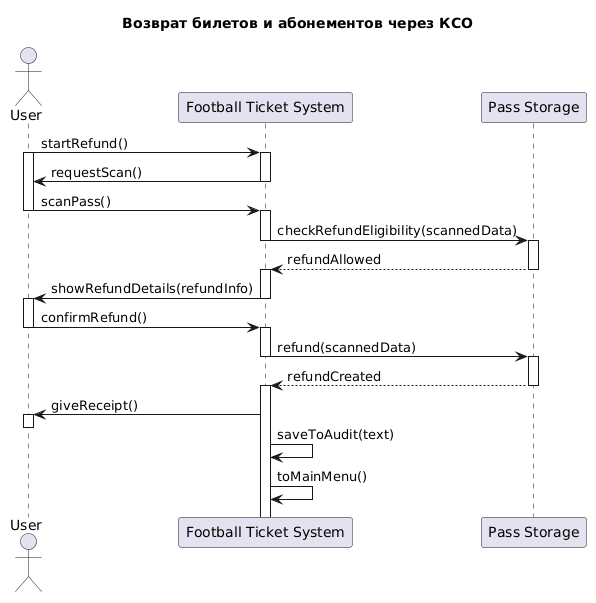
Above: source/Диаграмма последовательности - Возврат покупок и абонементов.png in penamarth/bsbo-11-24_team5_var10_football (PlantUML), before the change. Source of this version:
```plantuml
@startuml
title Возврат билетов и абонементов через КСО

actor "User" as User
participant "Football Ticket System" as FTS
participant "Pass Storage" as PassStorage

User -> FTS : startRefund()
activate User
activate FTS

FTS -> User : requestScan()
deactivate FTS

User -> FTS : scanPass()
activate FTS
deactivate User

FTS -> PassStorage : checkRefundEligibility(scannedData)
activate PassStorage
deactivate FTS
PassStorage --> FTS : refundAllowed
deactivate PassStorage
activate FTS

FTS -> User : showRefundDetails(refundInfo)
deactivate FTS
activate User

User -> FTS : confirmRefund()
activate FTS
deactivate User

FTS -> PassStorage : refund(scannedData)
activate PassStorage
deactivate FTS

PassStorage --> FTS : refundCreated
deactivate PassStorage
activate FTS

FTS -> User : giveReceipt()
activate User
deactivate User

FTS -> FTS : saveToAudit(text)

FTS -> FTS : toMainMenu()
@enduml
```
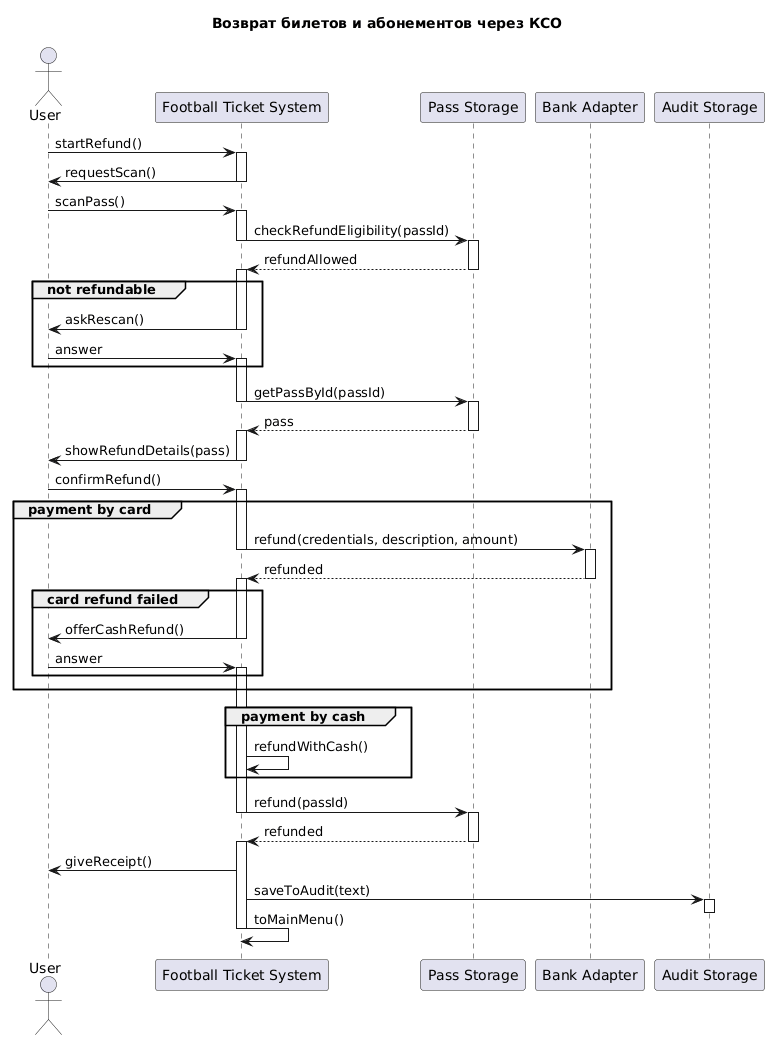
After the change.

Change to the diagram source:
```diff
@@ -4,9 +4,10 @@
 actor "User" as User
 participant "Football Ticket System" as FTS
 participant "Pass Storage" as PassStorage
+participant "Bank Adapter" as Bank
+participant "Audit Storage" as Audit
 
 User -> FTS : startRefund()
-activate User
 activate FTS
 
 FTS -> User : requestScan()
@@ -14,36 +15,66 @@
 
 User -> FTS : scanPass()
 activate FTS
-deactivate User
 
-FTS -> PassStorage : checkRefundEligibility(scannedData)
+FTS -> PassStorage : checkRefundEligibility(passId)
 activate PassStorage
 deactivate FTS
 PassStorage --> FTS : refundAllowed
 deactivate PassStorage
 activate FTS
 
-FTS -> User : showRefundDetails(refundInfo)
+group not refundable
+	FTS -> User : askRescan()
+	deactivate FTS
+	User -> FTS : answer
+	activate FTS
+end
+
+FTS -> PassStorage : getPassById(passId)
+activate PassStorage
 deactivate FTS
-activate User
+PassStorage --> FTS : pass
+deactivate PassStorage
+activate FTS
+
+FTS -> User : showRefundDetails(pass)
+deactivate FTS
 
 User -> FTS : confirmRefund()
 activate FTS
-deactivate User
 
-FTS -> PassStorage : refund(scannedData)
+group payment by card
+	FTS -> Bank : refund(credentials, description, amount)
+	activate Bank
+	deactivate FTS
+	Bank --> FTS : refunded
+	deactivate Bank
+	activate FTS
+
+	group card refund failed
+		FTS -> User : offerCashRefund()
+		deactivate FTS
+		User -> FTS : answer
+		activate FTS
+	end
+end
+
+group payment by cash
+	FTS -> FTS : refundWithCash()
+end
+
+FTS -> PassStorage : refund(passId)
 activate PassStorage
 deactivate FTS
-
-PassStorage --> FTS : refundCreated
+PassStorage --> FTS : refunded
 deactivate PassStorage
 activate FTS
 
 FTS -> User : giveReceipt()
-activate User
-deactivate User
+FTS -> Audit : saveToAudit(text)
+activate Audit
+deactivate Audit
+FTS -> FTS : toMainMenu()
 
-FTS -> FTS : saveToAudit(text)
-
-FTS -> FTS : toMainMenu()
+deactivate FTS
 @enduml
```
